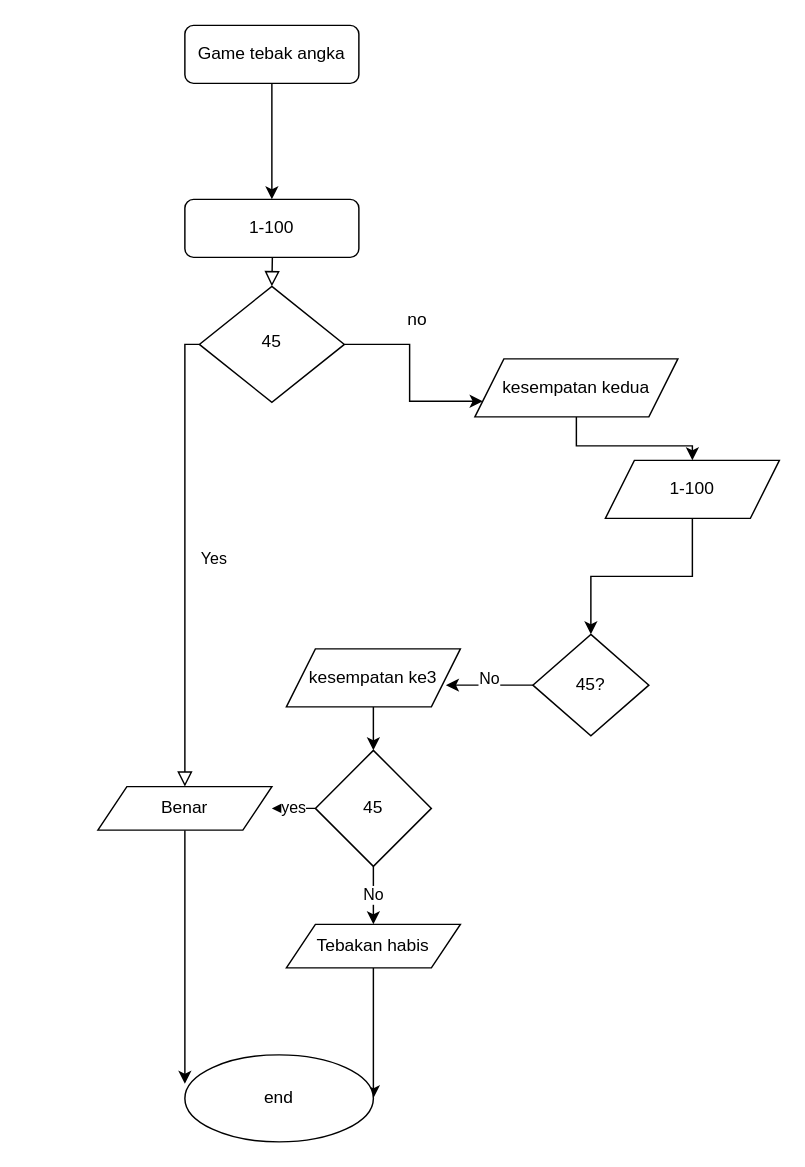
Earlier version of the draw.io diagram Diagram Tanpa Judul.drawio (Ichsan909/Algo_B_23241049). Source tidied: cells renumbered, new cells numbered last; positions are measured from the earlier drawing's top-left corner, leaving out a move shared by most shapes. Both pictures are drawn from the tidied source at 145%, with x=0, y=0 at pixel (97, 25).
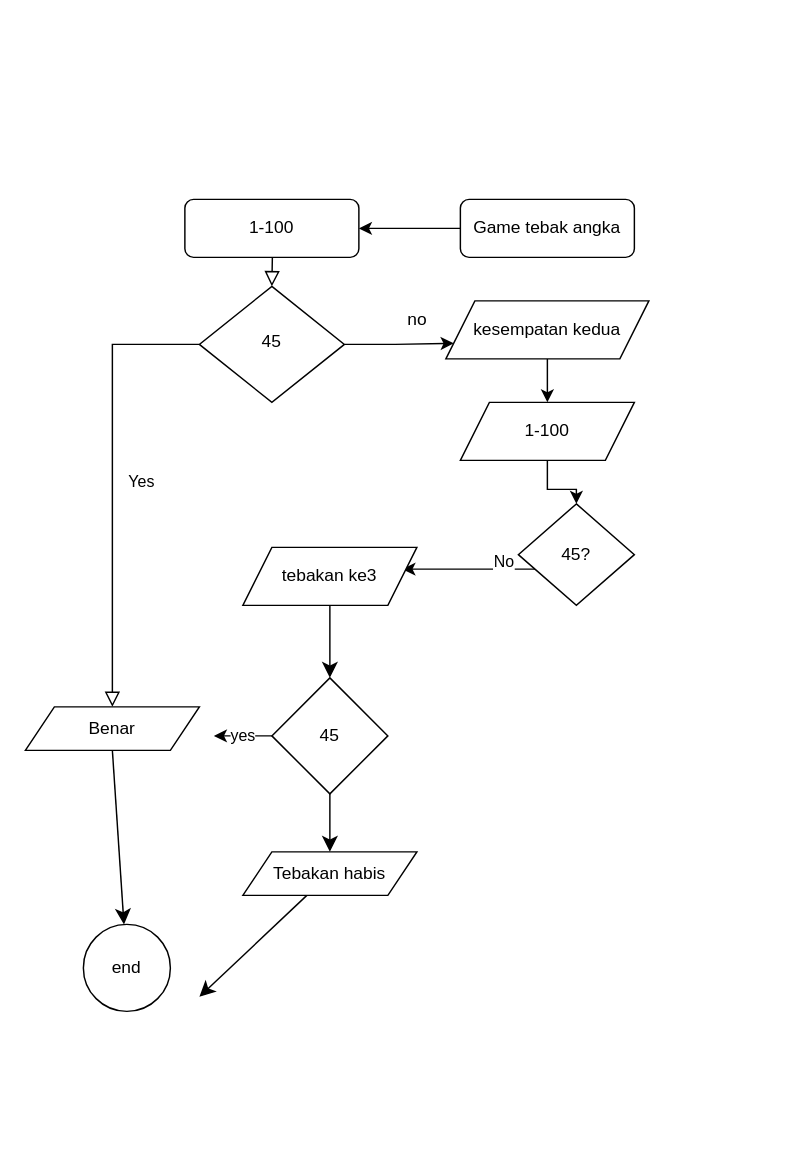
The same diagram, later.

Commit message:
file tebak angka

The change refers to these unchanged cells:
```xml
<mxCell id="5" value="45" style="rhombus;whiteSpace=wrap;html=1;shadow=0;fontFamily=Helvetica;fontSize=12;align=center;strokeWidth=1;spacing=6;spacingTop=-4;" parent="1" vertex="1">
  <mxGeometry x="70" y="180" width="100" height="80" as="geometry" />
</mxCell>
```

Diff of the diagram source:
```diff
@@
     <mxCell id="3" value="Yes" style="rounded=0;html=1;jettySize=auto;fontSize=11;endArrow=block;endFill=0;endSize=8;strokeWidth=1;shadow=0;labelBackgroundColor=none;edgeStyle=orthogonalEdgeStyle;" parent="1" edge="1" source="5" target="23">
       <mxGeometry y="20" relative="1" as="geometry">
         <Array as="points">
-          <mxPoint x="60" y="220" />
+          <mxPoint x="10" y="220" />
         </Array>
       </mxGeometry>
     </mxCell>
@@
     <mxCell id="7" value="Game tebak angka" style="rounded=1;whiteSpace=wrap;html=1;fontSize=12;glass=0;strokeWidth=1;shadow=0;" parent="1" vertex="1">
-      <mxGeometry x="60" width="120" height="40" as="geometry" />
+      <mxGeometry x="250" y="120" width="120" height="40" as="geometry" />
     </mxCell>
@@
     <mxCell id="10" value="kesempatan kedua" style="shape=parallelogram;perimeter=parallelogramPerimeter;whiteSpace=wrap;html=1;fixedSize=1;" parent="1" vertex="1">
-      <mxGeometry x="260" y="230" width="140" height="40" as="geometry" />
+      <mxGeometry x="240" y="190" width="140" height="40" as="geometry" />
     </mxCell>
@@
     <mxCell id="14" value="1-100" style="shape=parallelogram;perimeter=parallelogramPerimeter;whiteSpace=wrap;html=1;fixedSize=1;" parent="1" vertex="1">
-      <mxGeometry x="350" y="300" width="120" height="40" as="geometry" />
+      <mxGeometry x="250" y="260" width="120" height="40" as="geometry" />
     </mxCell>
-    <mxCell id="15" value="No" style="edgeStyle=orthogonalEdgeStyle;rounded=0;jettySize=auto;html=1;exitX=0;exitY=0.5;exitDx=0;exitDy=0;" parent="1" edge="1" source="16">
+    <mxCell id="15" value="No" style="edgeStyle=orthogonalEdgeStyle;rounded=0;orthogonalLoop=1;jettySize=auto;html=1;exitX=0;exitY=0.5;exitDx=0;exitDy=0;" parent="1" edge="1">
       <mxGeometry x="-0.02" y="-5" relative="1" as="geometry">
-        <mxPoint x="240" y="455" as="targetPoint" />
+        <mxPoint x="330" y="355" as="sourcePoint" />
+        <mxPoint x="210" y="375" as="targetPoint" />
+        <Array as="points">
+          <mxPoint x="330" y="365" />
+          <mxPoint x="301" y="365" />
+          <mxPoint x="301" y="375" />
+        </Array>
         <mxPoint x="-1" as="offset" />
       </mxGeometry>
     </mxCell>
     <mxCell id="16" value="45?" style="rhombus;whiteSpace=wrap;html=1;" parent="1" vertex="1">
-      <mxGeometry x="300" y="420" width="80" height="70" as="geometry" />
+      <mxGeometry x="290" y="330" width="80" height="70" as="geometry" />
     </mxCell>
-    <mxCell id="17" style="edgeStyle=orthogonalEdgeStyle;rounded=0;jettySize=auto;html=1;" parent="1" edge="1" source="18" target="21">
+    <mxCell id="17" style="edgeStyle=none;curved=1;rounded=0;jettySize=auto;html=1;fontSize=12;startSize=8;endSize=8;" parent="1" edge="1" source="18" target="21">
       <mxGeometry relative="1" as="geometry" />
     </mxCell>
-    <mxCell id="18" value="kesempatan ke3" style="shape=parallelogram;perimeter=parallelogramPerimeter;whiteSpace=wrap;html=1;fixedSize=1;" parent="1" vertex="1">
-      <mxGeometry x="130" y="430" width="120" height="40" as="geometry" />
+    <mxCell id="18" value="tebakan ke3" style="shape=parallelogram;perimeter=parallelogramPerimeter;whiteSpace=wrap;html=1;fixedSize=1;" parent="1" vertex="1">
+      <mxGeometry x="100" y="360" width="120" height="40" as="geometry" />
     </mxCell>
-    <mxCell id="19" value="No" style="edgeStyle=orthogonalEdgeStyle;rounded=0;jettySize=auto;html=1;" parent="1" edge="1" source="21" target="25">
-      <mxGeometry relative="1" as="geometry" />
-    </mxCell>
     <mxCell id="20" value="yes" style="edgeStyle=orthogonalEdgeStyle;rounded=0;jettySize=auto;html=1;" parent="1" edge="1" source="21">
       <mxGeometry relative="1" as="geometry">
-        <mxPoint x="120" y="540" as="targetPoint" />
+        <mxPoint x="80" y="490" as="targetPoint" />
+        <Array as="points">
+          <mxPoint x="130" y="490" />
+          <mxPoint x="130" y="490" />
+        </Array>
       </mxGeometry>
     </mxCell>
+    <mxCell id="29" style="edgeStyle=none;curved=1;rounded=0;jettySize=auto;html=1;fontSize=12;startSize=8;endSize=8;" parent="1" edge="1" source="21">
+      <mxGeometry relative="1" as="geometry">
+        <mxPoint x="160" y="570" as="targetPoint" />
+      </mxGeometry>
+    </mxCell>
     <mxCell id="21" value="45" style="rhombus;whiteSpace=wrap;html=1;" parent="1" vertex="1">
-      <mxGeometry x="150" y="500" width="80" height="80" as="geometry" />
+      <mxGeometry x="120" y="450" width="80" height="80" as="geometry" />
     </mxCell>
-    <mxCell id="22" style="edgeStyle=orthogonalEdgeStyle;rounded=0;jettySize=auto;html=1;" parent="1" edge="1" source="23">
-      <mxGeometry relative="1" as="geometry">
-        <mxPoint x="60" y="730" as="targetPoint" />
-      </mxGeometry>
-    </mxCell>
+    <mxCell id="30" style="edgeStyle=none;curved=1;rounded=0;jettySize=auto;html=1;exitX=0.5;exitY=1;exitDx=0;exitDy=0;fontSize=12;startSize=8;endSize=8;" parent="1" edge="1" source="23" target="28">
+      <mxGeometry relative="1" as="geometry" />
+    </mxCell>
     <mxCell id="23" value="Benar" style="shape=parallelogram;perimeter=parallelogramPerimeter;whiteSpace=wrap;html=1;fixedSize=1;" parent="1" vertex="1">
-      <mxGeometry y="525" width="120" height="30" as="geometry" />
+      <mxGeometry x="-50" y="470" width="120" height="30" as="geometry" />
     </mxCell>
-    <mxCell id="24" style="edgeStyle=orthogonalEdgeStyle;rounded=0;jettySize=auto;html=1;exitX=0.5;exitY=1;exitDx=0;exitDy=0;" parent="1" edge="1" source="25">
-      <mxGeometry relative="1" as="geometry">
-        <mxPoint x="190" y="740" as="targetPoint" />
-      </mxGeometry>
-    </mxCell>
+    <mxCell id="31" style="edgeStyle=none;curved=1;rounded=0;jettySize=auto;html=1;fontSize=12;startSize=8;endSize=8;" parent="1" edge="1" source="25">
+      <mxGeometry relative="1" as="geometry">
+        <mxPoint x="70" y="670" as="targetPoint" />
+      </mxGeometry>
+    </mxCell>
     <mxCell id="25" value="Tebakan habis" style="shape=parallelogram;perimeter=parallelogramPerimeter;whiteSpace=wrap;html=1;fixedSize=1;" parent="1" vertex="1">
-      <mxGeometry x="130" y="620" width="120" height="30" as="geometry" />
+      <mxGeometry x="100" y="570" width="120" height="30" as="geometry" />
     </mxCell>
@@
     <mxCell id="28" value="end" style="ellipse;whiteSpace=wrap;html=1;" parent="1" vertex="1">
-      <mxGeometry x="60" y="710" width="130" height="60" as="geometry" />
+      <mxGeometry x="-10" y="620" width="60" height="60" as="geometry" />
     </mxCell>
```
